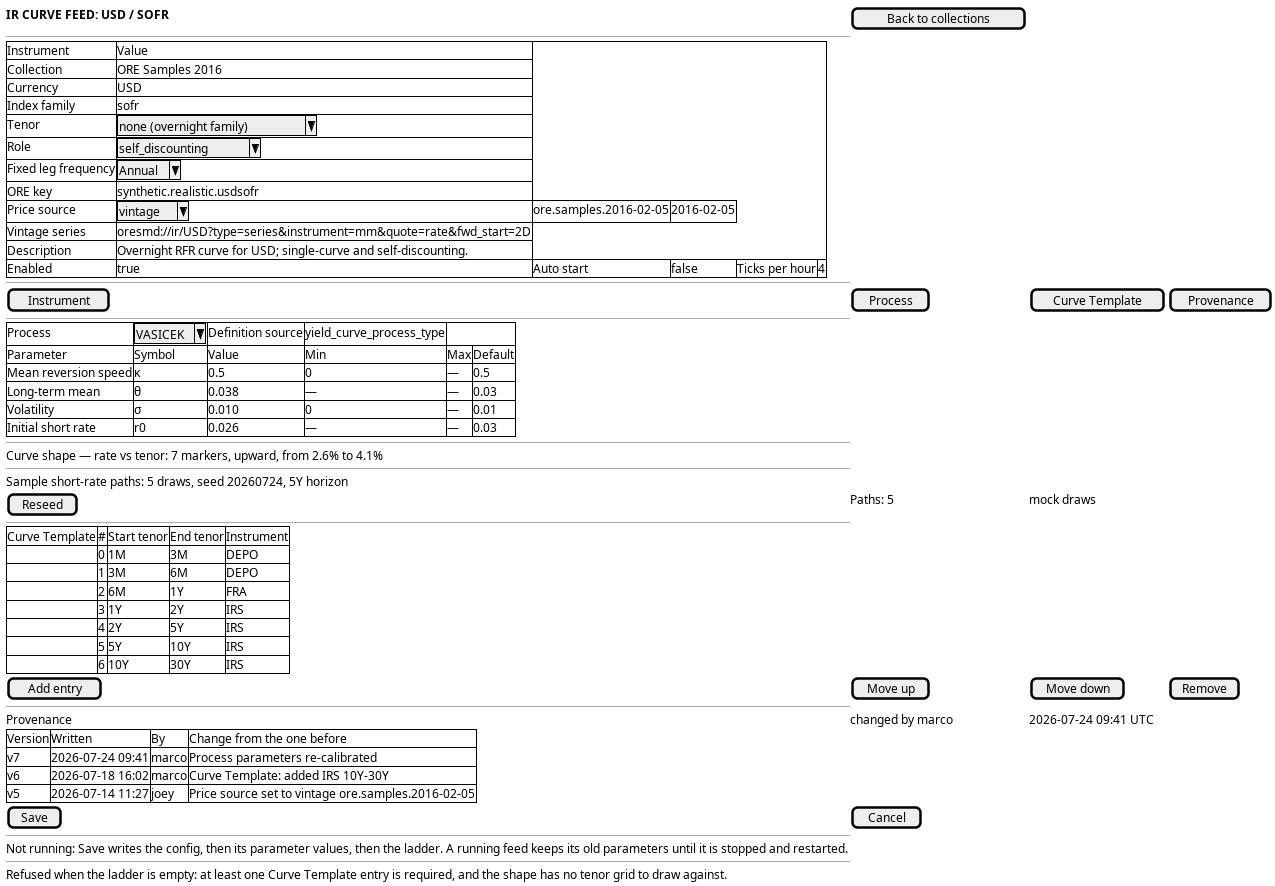
Earlier version of the PlantUML export doc/knowledge/journeys/market_data/wireframe_author-an-ir-curve-feed.png (OreStudio/OreStudio). Its source is kept beside it as doc/knowledge/journeys/market_data/wireframe_author-an-ir-curve-feed.puml.
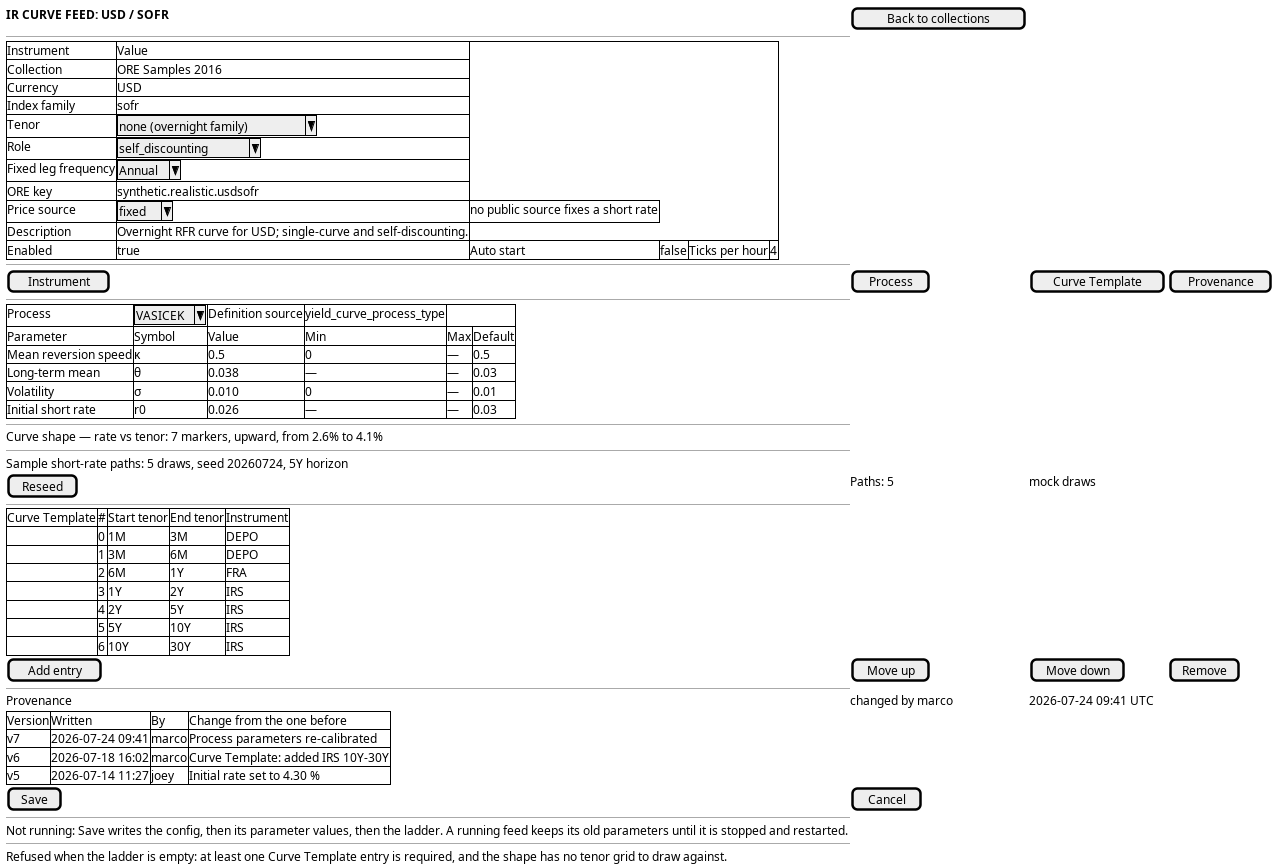
The same diagram one commit later.

Diff of the diagram source:
```diff
@@ -13,8 +13,7 @@
     Role | ^self_discounting^
     Fixed leg frequency | ^Annual^
     ORE key | synthetic.realistic.usdsofr
-    Price source | ^vintage^ | ore.samples.2016-02-05 | 2016-02-05
-    Vintage series | oresmd://ir/USD?type=series&instrument=mm&quote=rate&fwd_start=2D
+    Price source | ^fixed^ | no public source fixes a short rate
     Description | Overnight RFR curve for USD; single-curve and self-discounting.
     Enabled | true | Auto start | false | Ticks per hour | 4
   }
@@ -52,7 +51,7 @@
     Version | Written | By | Change from the one before
     v7 | 2026-07-24 09:41 | marco | Process parameters re-calibrated
     v6 | 2026-07-18 16:02 | marco | Curve Template: added IRS 10Y–30Y
-    v5 | 2026-07-14 11:27 | joey | Price source set to vintage ore.samples.2016-02-05
+    v5 | 2026-07-14 11:27 | joey | Initial rate set to 4.30 %
   }
   [ Save ] | [ Cancel ]
   --
```
